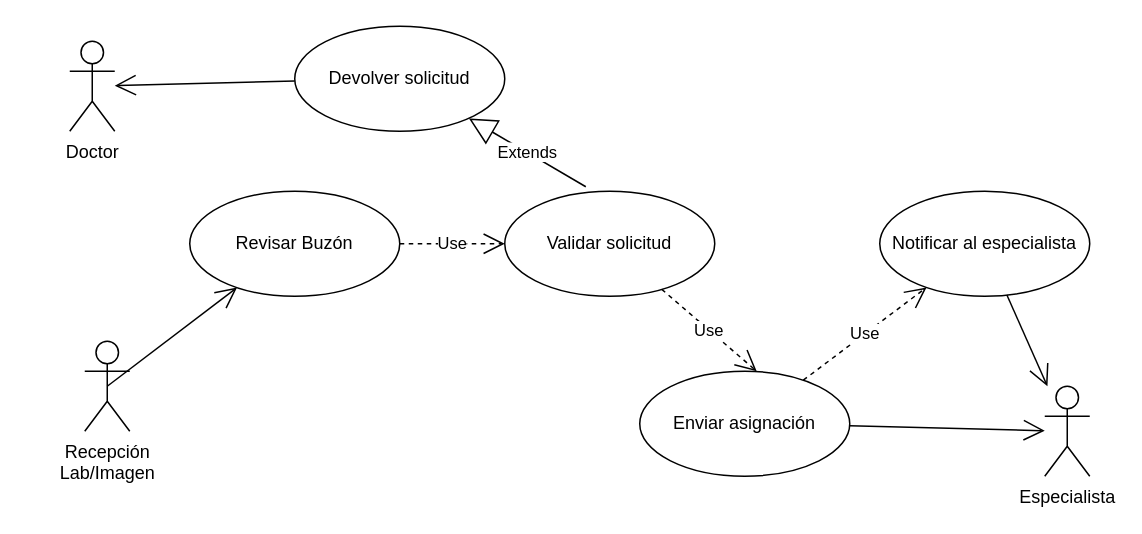
Before: page "CU Recepcionista" (10 of 14) of Diagramas de los Módulos.drawio in marguello86/Equipo1_MINSA, a draw.io diagram. Source tidied: cells renumbered, new cells numbered last; positions are measured from the earlier drawing's top-left corner, leaving out a move shared by most shapes. Both pictures are drawn from the tidied source at 150%, with x=0, y=0 at pixel (69, 26).
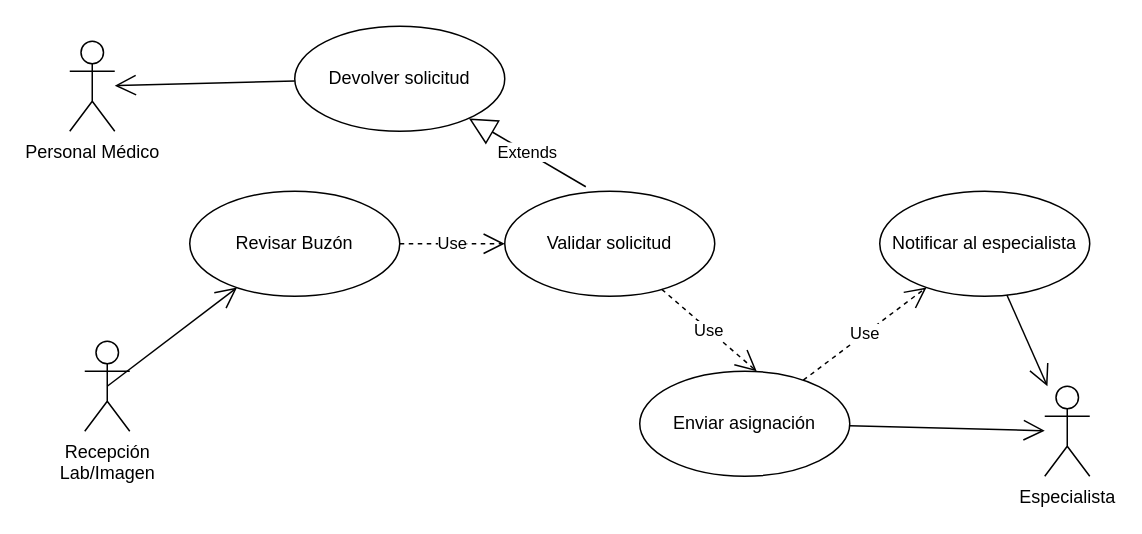
The same diagram, later.

Commit message (it also covers changes not shown here):
cambie al actor doctor por personal medico y agregue otro caso de uso para el buzon de consulta de solicitudes

The edit, as a diff of the source:
```diff
@@
 <mxGraphModel>
   <root>
     <mxCell id="0" />
     <mxCell id="1" parent="0" />
     <mxCell id="2" value="Recepción&lt;br&gt;Lab/Imagen" style="shape=umlActor;verticalLabelPosition=bottom;verticalAlign=top;html=1;" parent="1" vertex="1">
       <mxGeometry x="10" y="210" width="30" height="60" as="geometry" />
     </mxCell>
     <mxCell id="3" value="Revisar Buzón" style="ellipse;whiteSpace=wrap;html=1;" parent="1" vertex="1">
       <mxGeometry x="80" y="110" width="140" height="70" as="geometry" />
     </mxCell>
     <mxCell id="4" style="endArrow=open;endFill=1;endSize=12;html=1;rounded=0;exitX=0.5;exitY=0.5;exitDx=0;exitDy=0;exitPerimeter=0;" parent="1" edge="1" source="2" target="3">
       <mxGeometry relative="1" as="geometry" />
     </mxCell>
     <mxCell id="5" value="Especialista" style="shape=umlActor;verticalLabelPosition=bottom;verticalAlign=top;html=1;" parent="1" vertex="1">
       <mxGeometry x="650" y="240" width="30" height="60" as="geometry" />
     </mxCell>
     <mxCell id="6" value="Validar solicitud" style="ellipse;whiteSpace=wrap;html=1;" parent="1" vertex="1">
       <mxGeometry x="290" y="110" width="140" height="70" as="geometry" />
     </mxCell>
     <mxCell id="7" value="Use" style="endArrow=open;endSize=12;dashed=1;html=1;rounded=0;" parent="1" edge="1" source="3" target="6">
       <mxGeometry relative="1" as="geometry" />
     </mxCell>
-    <mxCell id="8" value="Doctor" style="shape=umlActor;verticalLabelPosition=bottom;verticalAlign=top;html=1;" parent="1" vertex="1">
+    <mxCell id="8" value="Personal Médico" style="shape=umlActor;verticalLabelPosition=bottom;verticalAlign=top;html=1;" parent="1" vertex="1">
       <mxGeometry y="10" width="30" height="60" as="geometry" />
     </mxCell>
     <mxCell id="9" value="Devolver solicitud" style="ellipse;whiteSpace=wrap;html=1;" parent="1" vertex="1">
       <mxGeometry x="150" width="140" height="70" as="geometry" />
     </mxCell>
     <mxCell id="10" value="Extends" style="endArrow=block;endSize=16;endFill=0;html=1;rounded=0;exitX=0.386;exitY=-0.043;exitDx=0;exitDy=0;exitPerimeter=0;" parent="1" edge="1" source="6" target="9">
       <mxGeometry relative="1" as="geometry" />
     </mxCell>
     <mxCell id="11" style="endArrow=open;endFill=1;endSize=12;html=1;rounded=0;" parent="1" edge="1" source="9" target="8">
       <mxGeometry relative="1" as="geometry" />
     </mxCell>
     <mxCell id="12" value="Enviar asignación" style="ellipse;whiteSpace=wrap;html=1;" parent="1" vertex="1">
       <mxGeometry x="380" y="230" width="140" height="70" as="geometry" />
     </mxCell>
     <mxCell id="13" value="Use" style="endArrow=open;endSize=12;dashed=1;html=1;rounded=0;entryX=0.557;entryY=0;entryDx=0;entryDy=0;entryPerimeter=0;" parent="1" edge="1" source="6" target="12">
       <mxGeometry relative="1" as="geometry" />
     </mxCell>
     <mxCell id="14" value="Use" style="endArrow=open;endSize=12;dashed=1;html=1;rounded=0;" parent="1" edge="1" source="12" target="15">
       <mxGeometry relative="1" as="geometry" />
     </mxCell>
     <mxCell id="15" value="Notificar al especialista" style="ellipse;whiteSpace=wrap;html=1;" parent="1" vertex="1">
       <mxGeometry x="540" y="110" width="140" height="70" as="geometry" />
     </mxCell>
     <mxCell id="16" style="endArrow=open;endFill=1;endSize=12;html=1;rounded=0;" parent="1" edge="1" source="15" target="5">
       <mxGeometry relative="1" as="geometry" />
     </mxCell>
     <mxCell id="17" style="endArrow=open;endFill=1;endSize=12;html=1;rounded=0;" parent="1" edge="1" source="12" target="5">
       <mxGeometry relative="1" as="geometry" />
     </mxCell>
   </root>
 </mxGraphModel>
```
